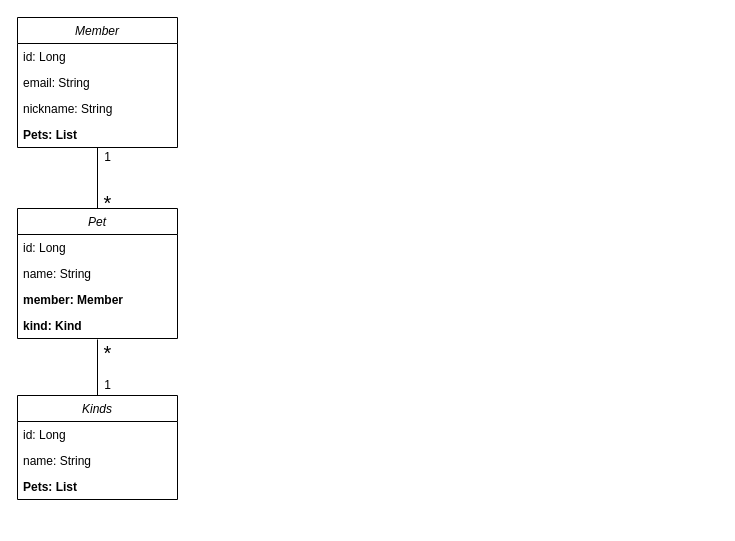
Above: Entity archtecture.drawio in 5hdumat/yum-yum (draw.io), before the change. Source tidied: cells renumbered, new cells numbered last; positions are measured from the earlier drawing's top-left corner, leaving out a move shared by most shapes. Both pictures are drawn from the tidied source at 100%, with x=0, y=0 at pixel (17, 17).
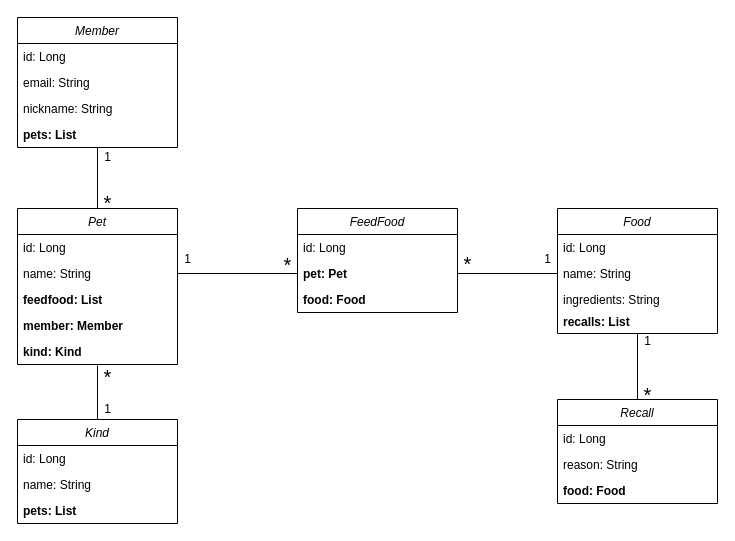
The same page after the edit.

The change refers to these unchanged cells:
```xml
<mxCell id="3" value="Member" style="swimlane;fontStyle=2;align=center;verticalAlign=top;horizontal=1;startSize=26;rounded=0;shadow=0;strokeWidth=1;" parent="1" vertex="1">
  <mxGeometry width="160" height="130" as="geometry" />
</mxCell>
<mxCell id="10" value="name: String" style="text;align=left;verticalAlign=top;spacingLeft=4;spacingRight=4;overflow=hidden;points=[[0,0.5],[1,0.5]];portConstraint=eastwest;" parent="8" vertex="1">
  <mxGeometry y="52" width="160" height="26" as="geometry" />
</mxCell>
```

The edit, as a diff of the source:
```diff
@@
-    <mxCell id="7" value="Pets: List" style="text;align=left;verticalAlign=top;spacingLeft=4;spacingRight=4;overflow=hidden;rounded=0;shadow=0;html=0;fontStyle=1;" parent="3" vertex="1">
+    <mxCell id="7" value="pets: List" style="text;align=left;verticalAlign=top;spacingLeft=4;spacingRight=4;overflow=hidden;rounded=0;shadow=0;html=0;fontStyle=1;" parent="3" vertex="1">
       <mxGeometry y="104" width="160" height="16" as="geometry" />
     </mxCell>
     <mxCell id="8" value="Pet" style="swimlane;fontStyle=2;align=center;verticalAlign=top;horizontal=1;startSize=26;rounded=0;shadow=0;strokeWidth=1;" parent="1" vertex="1">
-      <mxGeometry y="191" width="160" height="130" as="geometry" />
+      <mxGeometry y="191" width="160" height="156" as="geometry" />
     </mxCell>
@@
+    <mxCell id="22" value="feedfood: List" style="text;align=left;verticalAlign=top;spacingLeft=4;spacingRight=4;overflow=hidden;fontStyle=1;" parent="8" vertex="1">
+      <mxGeometry y="78" width="160" height="26" as="geometry" />
+    </mxCell>
     <mxCell id="11" value="member: Member" style="text;align=left;verticalAlign=top;spacingLeft=4;spacingRight=4;overflow=hidden;fontStyle=1;" parent="8" vertex="1">
-      <mxGeometry y="78" width="160" height="26" as="geometry" />
+      <mxGeometry y="104" width="160" height="26" as="geometry" />
     </mxCell>
     <mxCell id="12" value="kind: Kind" style="text;align=left;verticalAlign=top;spacingLeft=4;spacingRight=4;overflow=hidden;points=[[0,0.5],[1,0.5]];portConstraint=eastwest;fontStyle=1;" parent="8" vertex="1">
-      <mxGeometry y="104" width="160" height="26" as="geometry" />
+      <mxGeometry y="130" width="160" height="26" as="geometry" />
     </mxCell>
@@
-    <mxCell id="14" value="Kinds" style="swimlane;fontStyle=2;align=center;verticalAlign=top;horizontal=1;startSize=26;rounded=0;shadow=0;strokeWidth=1;" parent="1" vertex="1">
-      <mxGeometry y="378" width="160" height="104" as="geometry" />
+    <mxCell id="14" value="Kind" style="swimlane;fontStyle=2;align=center;verticalAlign=top;horizontal=1;startSize=26;rounded=0;shadow=0;strokeWidth=1;" parent="1" vertex="1">
+      <mxGeometry y="402" width="160" height="104" as="geometry" />
     </mxCell>
@@
-    <mxCell id="17" value="Pets: List" style="text;align=left;verticalAlign=top;spacingLeft=4;spacingRight=4;overflow=hidden;fontStyle=1;" parent="14" vertex="1">
+    <mxCell id="17" value="pets: List" style="text;align=left;verticalAlign=top;spacingLeft=4;spacingRight=4;overflow=hidden;fontStyle=1;" parent="14" vertex="1">
       <mxGeometry y="78" width="160" height="22" as="geometry" />
     </mxCell>
@@
     <mxCell id="20" value="1" style="text;html=1;align=center;verticalAlign=middle;strokeColor=none;fillColor=none;" parent="1" vertex="1">
-      <mxGeometry x="80" y="358" width="20" height="20" as="geometry" />
+      <mxGeometry x="80" y="382" width="20" height="20" as="geometry" />
     </mxCell>
     <mxCell id="21" value="&lt;font style=&quot;font-size: 20px&quot;&gt;*&lt;/font&gt;" style="text;html=1;align=center;verticalAlign=middle;strokeColor=none;fillColor=none;" parent="1" vertex="1">
-      <mxGeometry x="80" y="325" width="20" height="20" as="geometry" />
+      <mxGeometry x="80" y="349" width="20" height="20" as="geometry" />
     </mxCell>
+    <mxCell id="23" style="edgeStyle=orthogonalEdgeStyle;rounded=0;jettySize=auto;html=1;exitX=0.5;exitY=1;exitDx=0;exitDy=0;entryX=0.5;entryY=0;entryDx=0;entryDy=0;fontSize=20;endArrow=none;endFill=0;" parent="1" edge="1" source="24" target="39">
+      <mxGeometry relative="1" as="geometry" />
+    </mxCell>
+    <mxCell id="24" value="Food" style="swimlane;fontStyle=2;align=center;verticalAlign=top;horizontal=1;startSize=26;rounded=0;shadow=0;strokeWidth=1;" parent="1" vertex="1">
+      <mxGeometry x="540" y="191" width="160" height="125" as="geometry" />
+    </mxCell>
+    <mxCell id="25" value="id: Long" style="text;align=left;verticalAlign=top;spacingLeft=4;spacingRight=4;overflow=hidden;" parent="24" vertex="1">
+      <mxGeometry y="26" width="160" height="26" as="geometry" />
+    </mxCell>
+    <mxCell id="26" value="name: String" style="text;align=left;verticalAlign=top;spacingLeft=4;spacingRight=4;overflow=hidden;points=[[0,0.5],[1,0.5]];portConstraint=eastwest;fontStyle=0;" parent="24" vertex="1">
+      <mxGeometry y="52" width="160" height="26" as="geometry" />
+    </mxCell>
+    <mxCell id="27" value="ingredients: String" style="text;align=left;verticalAlign=top;spacingLeft=4;spacingRight=4;overflow=hidden;fontStyle=0;" parent="24" vertex="1">
+      <mxGeometry y="78" width="160" height="22" as="geometry" />
+    </mxCell>
+    <mxCell id="28" value="recalls: List" style="text;align=left;verticalAlign=top;spacingLeft=4;spacingRight=4;overflow=hidden;fontStyle=1;" parent="24" vertex="1">
+      <mxGeometry y="100" width="160" height="25" as="geometry" />
+    </mxCell>
+    <mxCell id="29" value="FeedFood" style="swimlane;fontStyle=2;align=center;verticalAlign=top;horizontal=1;startSize=26;rounded=0;shadow=0;strokeWidth=1;" parent="1" vertex="1">
+      <mxGeometry x="280" y="191" width="160" height="104" as="geometry" />
+    </mxCell>
+    <mxCell id="30" value="id: Long" style="text;align=left;verticalAlign=top;spacingLeft=4;spacingRight=4;overflow=hidden;" parent="29" vertex="1">
+      <mxGeometry y="26" width="160" height="26" as="geometry" />
+    </mxCell>
+    <mxCell id="31" value="pet: Pet" style="text;align=left;verticalAlign=top;spacingLeft=4;spacingRight=4;overflow=hidden;points=[[0,0.5],[1,0.5]];portConstraint=eastwest;fontStyle=1;" parent="29" vertex="1">
+      <mxGeometry y="52" width="160" height="26" as="geometry" />
+    </mxCell>
+    <mxCell id="32" value="food: Food&#10;" style="text;align=left;verticalAlign=top;spacingLeft=4;spacingRight=4;overflow=hidden;fontStyle=1;" parent="29" vertex="1">
+      <mxGeometry y="78" width="160" height="22" as="geometry" />
+    </mxCell>
+    <mxCell id="33" style="edgeStyle=orthogonalEdgeStyle;rounded=0;jettySize=auto;html=1;exitX=1;exitY=0.5;exitDx=0;exitDy=0;entryX=0;entryY=0.5;entryDx=0;entryDy=0;fontSize=20;endArrow=none;endFill=0;" parent="1" edge="1" source="10" target="31">
+      <mxGeometry relative="1" as="geometry" />
+    </mxCell>
+    <mxCell id="34" style="edgeStyle=orthogonalEdgeStyle;rounded=0;jettySize=auto;html=1;exitX=1;exitY=0.5;exitDx=0;exitDy=0;entryX=0;entryY=0.5;entryDx=0;entryDy=0;fontSize=20;endArrow=none;endFill=0;" parent="1" edge="1" source="31" target="26">
+      <mxGeometry relative="1" as="geometry" />
+    </mxCell>
+    <mxCell id="35" value="&lt;font style=&quot;font-size: 20px&quot;&gt;*&lt;/font&gt;" style="text;html=1;align=center;verticalAlign=middle;strokeColor=none;fillColor=none;" parent="1" vertex="1">
+      <mxGeometry x="260" y="237" width="20" height="20" as="geometry" />
+    </mxCell>
+    <mxCell id="36" value="1" style="text;html=1;align=center;verticalAlign=middle;strokeColor=none;fillColor=none;" parent="1" vertex="1">
+      <mxGeometry x="160" y="232" width="20" height="20" as="geometry" />
+    </mxCell>
+    <mxCell id="37" value="&lt;font style=&quot;font-size: 20px&quot;&gt;*&lt;/font&gt;" style="text;html=1;align=center;verticalAlign=middle;strokeColor=none;fillColor=none;" parent="1" vertex="1">
+      <mxGeometry x="440" y="236" width="20" height="20" as="geometry" />
+    </mxCell>
+    <mxCell id="38" value="1" style="text;html=1;align=center;verticalAlign=middle;strokeColor=none;fillColor=none;" parent="1" vertex="1">
+      <mxGeometry x="520" y="232" width="20" height="20" as="geometry" />
+    </mxCell>
+    <mxCell id="39" value="Recall" style="swimlane;fontStyle=2;align=center;verticalAlign=top;horizontal=1;startSize=26;rounded=0;shadow=0;strokeWidth=1;" parent="1" vertex="1">
+      <mxGeometry x="540" y="382" width="160" height="104" as="geometry" />
+    </mxCell>
+    <mxCell id="40" value="id: Long" style="text;align=left;verticalAlign=top;spacingLeft=4;spacingRight=4;overflow=hidden;" parent="39" vertex="1">
+      <mxGeometry y="26" width="160" height="26" as="geometry" />
+    </mxCell>
+    <mxCell id="41" value="reason: String" style="text;align=left;verticalAlign=top;spacingLeft=4;spacingRight=4;overflow=hidden;fontStyle=0;" parent="39" vertex="1">
+      <mxGeometry y="52" width="160" height="26" as="geometry" />
+    </mxCell>
+    <mxCell id="42" value="food: Food" style="text;align=left;verticalAlign=top;spacingLeft=4;spacingRight=4;overflow=hidden;fontStyle=1;" parent="39" vertex="1">
+      <mxGeometry y="78" width="160" height="22" as="geometry" />
+    </mxCell>
+    <mxCell id="43" value="&lt;font style=&quot;font-size: 20px&quot;&gt;*&lt;/font&gt;" style="text;html=1;align=center;verticalAlign=middle;strokeColor=none;fillColor=none;" parent="1" vertex="1">
+      <mxGeometry x="620" y="367" width="20" height="20" as="geometry" />
+    </mxCell>
+    <mxCell id="44" value="1" style="text;html=1;align=center;verticalAlign=middle;strokeColor=none;fillColor=none;" parent="1" vertex="1">
+      <mxGeometry x="620" y="314" width="20" height="20" as="geometry" />
+    </mxCell>
```
